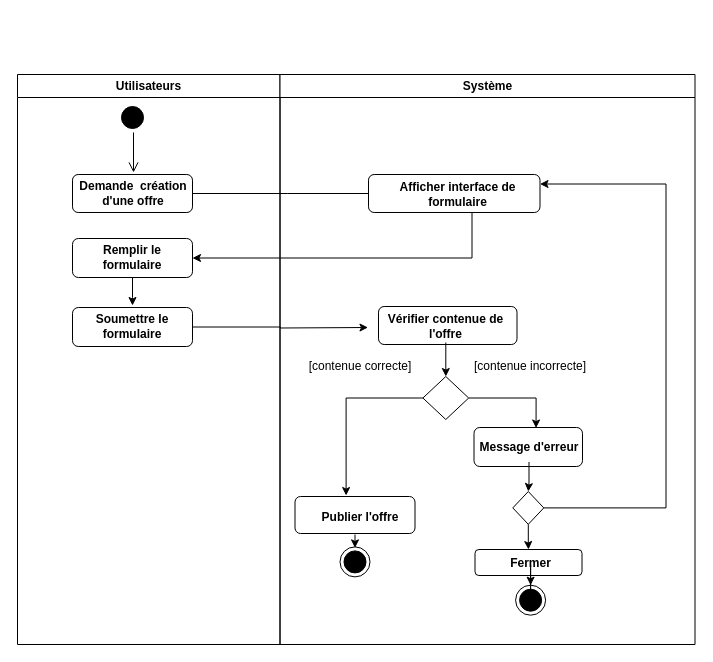
Above: ACTIVITE5.drawio in louis-fresnel99/TpGasaL1 (draw.io), before the change. Source tidied: cells renumbered, new cells numbered last; positions are measured from the earlier drawing's top-left corner, leaving out a move shared by most shapes. Both pictures are drawn from the tidied source at 100%, with x=0, y=0 at pixel (17, 74).
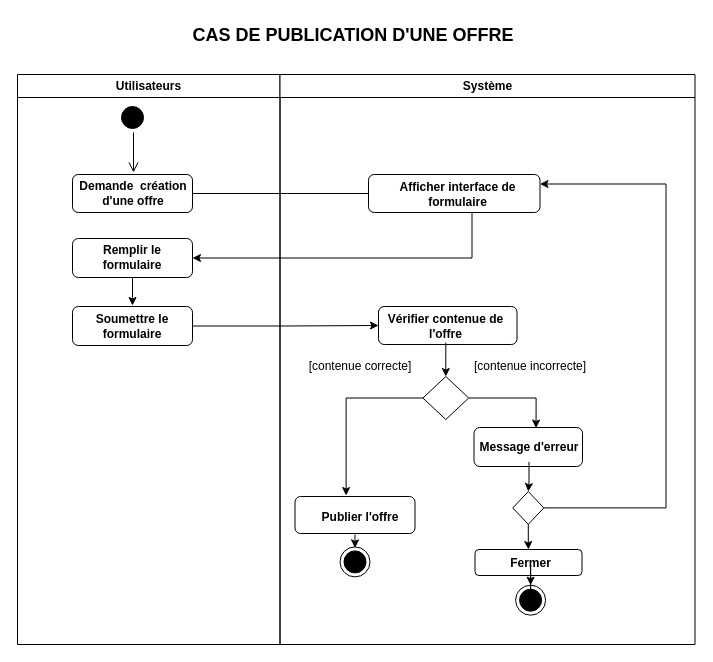
The same page after the edit.

Commit message (it also covers changes not shown here):
Mettre à jour ACTIVITE5.drawio

The change refers to these unchanged cells:
```xml
<mxCell id="2" value="Utilisateurs" style="swimlane;whiteSpace=wrap;" parent="1" vertex="1">
  <mxGeometry width="262.5" height="570" as="geometry" />
</mxCell>
<mxCell id="17" style="rounded=1;whiteSpace=wrap;html=1;" parent="14" vertex="1">
  <mxGeometry x="98.5" y="232" width="138.5" height="38" as="geometry" />
</mxCell>
```

The edit, as a diff of the source:
```diff
@@
-    <mxCell id="11" style="edgeStyle=orthogonalEdgeStyle;rounded=0;jettySize=auto;html=1;" parent="2" edge="1" source="12">
-      <mxGeometry relative="1" as="geometry">
-        <mxPoint x="350.5" y="253" as="targetPoint" />
-      </mxGeometry>
-    </mxCell>
     <mxCell id="12" style="rounded=1;whiteSpace=wrap;html=1;" parent="2" vertex="1">
-      <mxGeometry x="55" y="233" width="120" height="39" as="geometry" />
+      <mxGeometry x="55" y="232" width="120" height="39" as="geometry" />
     </mxCell>
@@
+    <mxCell id="40" value="&lt;font style=&quot;font-size: 18px;&quot;&gt;&lt;b style=&quot;&quot;&gt;CAS DE PUBLICATION D'UNE OFFRE&lt;/b&gt;&lt;/font&gt;" style="text;html=1;align=center;verticalAlign=middle;whiteSpace=wrap;rounded=0;" parent="1" vertex="1">
+      <mxGeometry x="125" y="-57" width="421.5" height="36" as="geometry" />
+    </mxCell>
+    <mxCell id="11" style="edgeStyle=orthogonalEdgeStyle;rounded=0;jettySize=auto;html=1;entryX=0;entryY=0.5;entryDx=0;entryDy=0;" parent="1" edge="1" source="12" target="17">
+      <mxGeometry relative="1" as="geometry" />
+    </mxCell>
```
